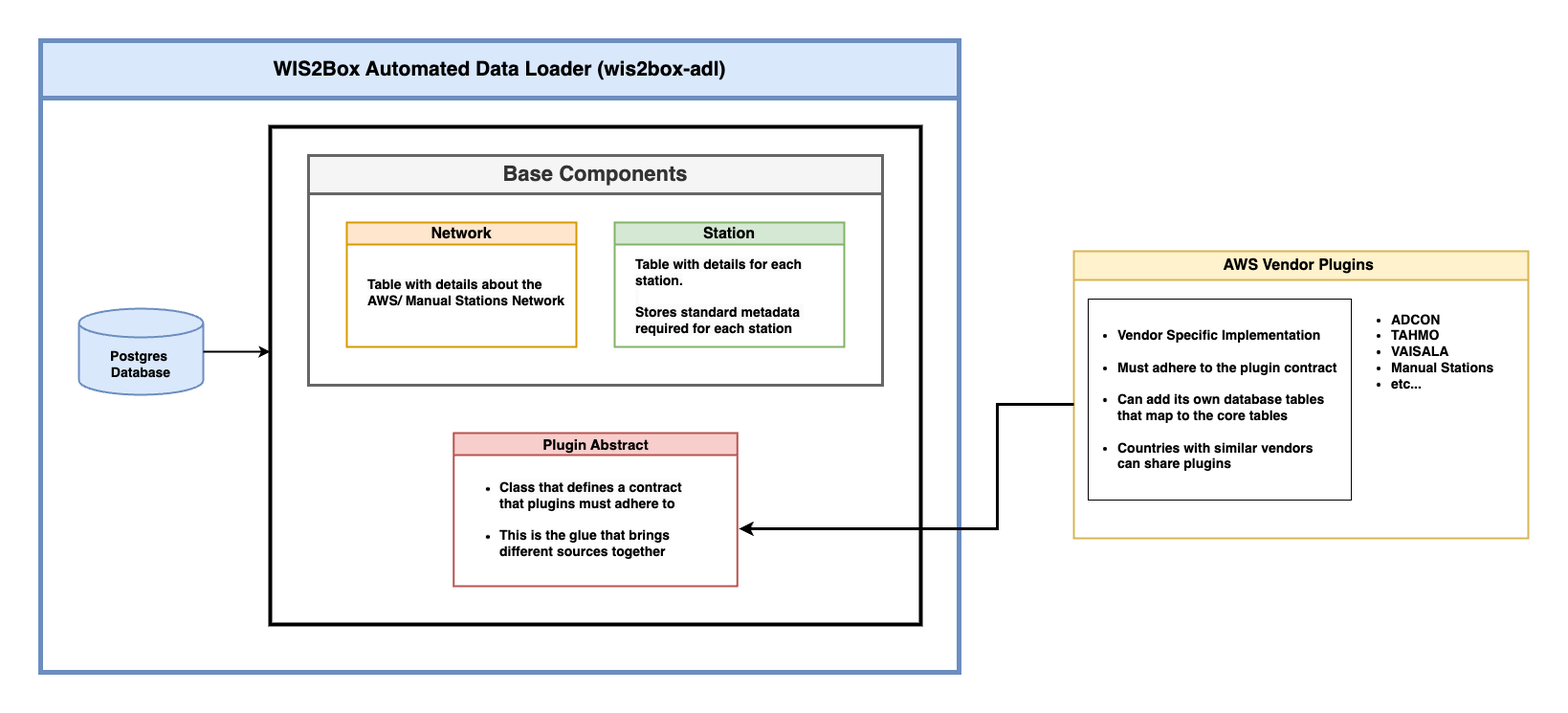
This is docs/_static/images/adl-components.png from wmo-raf/adl, a draw.io export, as it was before one commit. Source tidied: cells renumbered, new cells last; positions are measured from the earlier drawing's top-left corner, leaving out a move shared by most shapes.
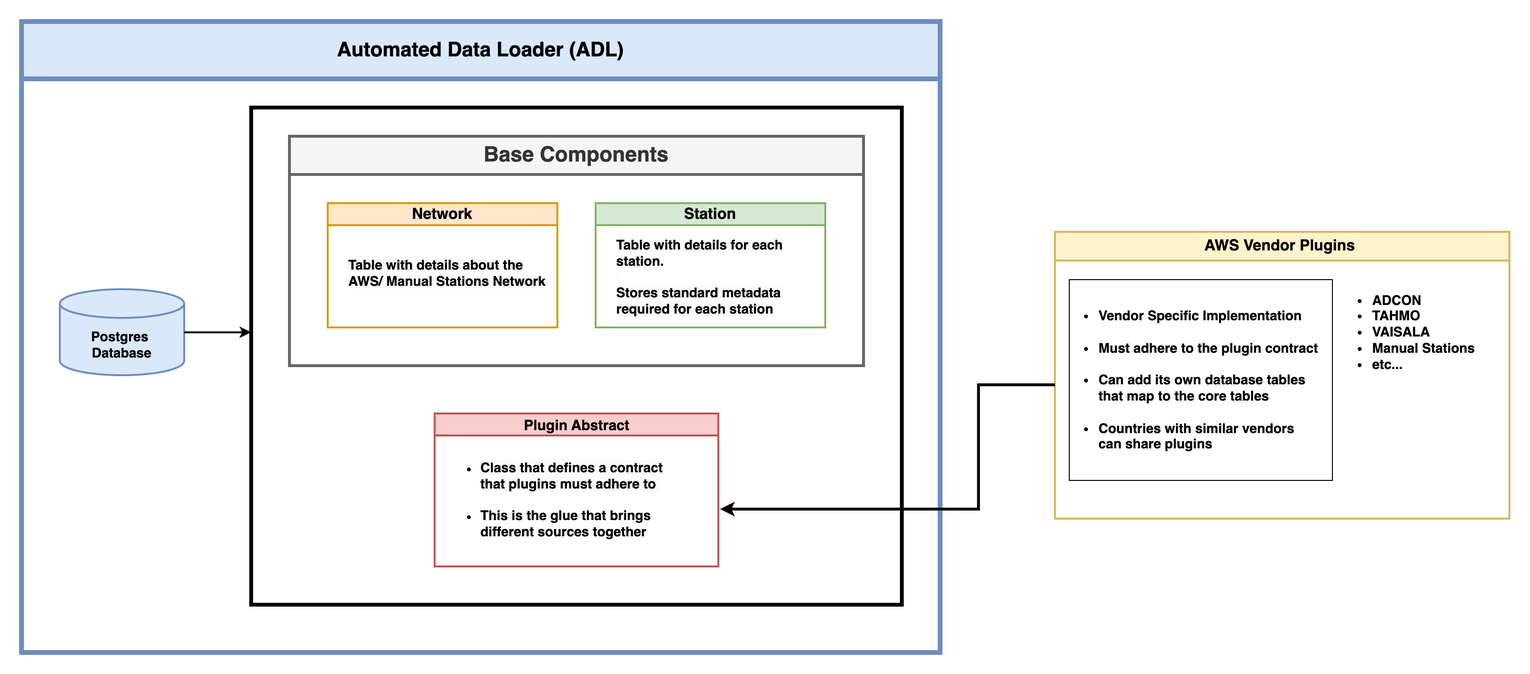
The same file after the commit.

Commit message:
Add system architecture diagram

The edit, as a diff of the source:
```diff
@@ -17,7 +17,7 @@
     <mxCell id="6" value="&lt;ul style=&quot;font-size: 14px;&quot;&gt;&lt;li&gt;&lt;b&gt;Vendor Specific Implementation&lt;br&gt;&lt;br&gt;&lt;/b&gt;&lt;/li&gt;&lt;li style=&quot;&quot;&gt;&lt;b&gt;Must adhere to the plugin contract&lt;br&gt;&lt;br&gt;&lt;/b&gt;&lt;/li&gt;&lt;li style=&quot;&quot;&gt;&lt;b&gt;Can add its own database tables that map to the core tables&lt;br&gt;&lt;br&gt;&lt;/b&gt;&lt;/li&gt;&lt;li style=&quot;&quot;&gt;&lt;b&gt;Countries with similar vendors can share plugins&lt;/b&gt;&lt;/li&gt;&lt;/ul&gt;" style="text;html=1;align=left;verticalAlign=middle;whiteSpace=wrap;rounded=0;spacingTop=0;horizontal=1;spacing=0;" parent="4" vertex="1">
       <mxGeometry x="-9.5" y="5" width="270" height="200" as="geometry" />
     </mxCell>
-    <mxCell id="7" value="&lt;font style=&quot;font-size: 21px;&quot;&gt;WIS2Box Automated Data Loader (wis2box-adl)&lt;/font&gt;" style="swimlane;whiteSpace=wrap;html=1;startSize=60;fillColor=#dae8fc;strokeColor=#6c8ebf;strokeWidth=5;" parent="1" vertex="1">
+    <mxCell id="7" value="&lt;font style=&quot;font-size: 21px;&quot;&gt;Automated Data Loader (ADL)&lt;/font&gt;" style="swimlane;whiteSpace=wrap;html=1;startSize=60;fillColor=#dae8fc;strokeColor=#6c8ebf;strokeWidth=5;" parent="1" vertex="1">
       <mxGeometry width="960" height="660" as="geometry" />
     </mxCell>
     <mxCell id="8" style="rounded=0;whiteSpace=wrap;html=1;fillColor=none;strokeWidth=4;" parent="7" vertex="1">
```
